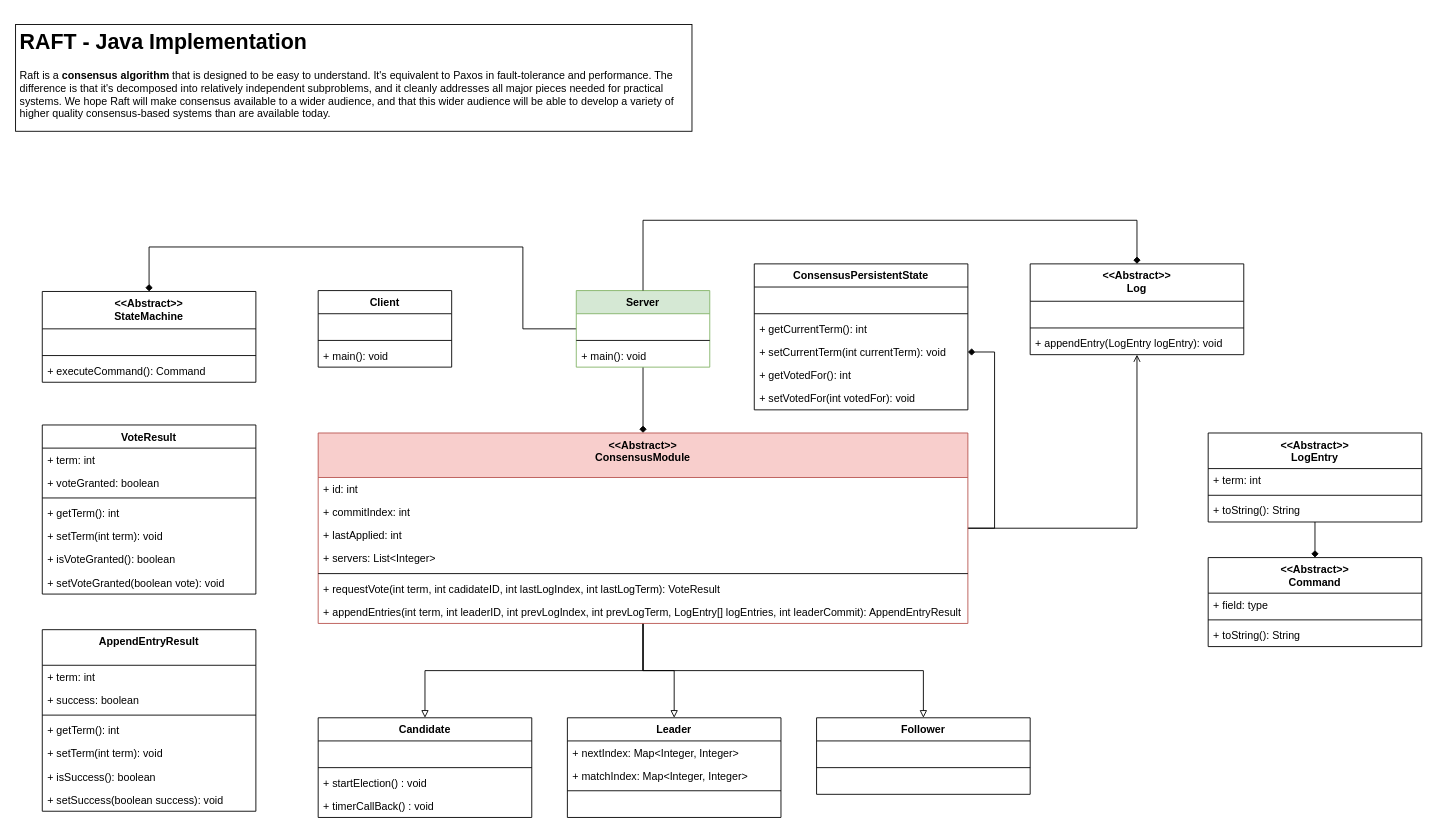
Earlier version of the draw.io diagram Notes/RAFT - Java.drawio (GiovanniBaccichet/RAFT). Source tidied: cells renumbered, new cells numbered last; positions are measured from the earlier drawing's top-left corner, leaving out a move shared by most shapes. Both pictures are drawn from the tidied source at 89%, with x=0, y=0 at pixel (15, 24).
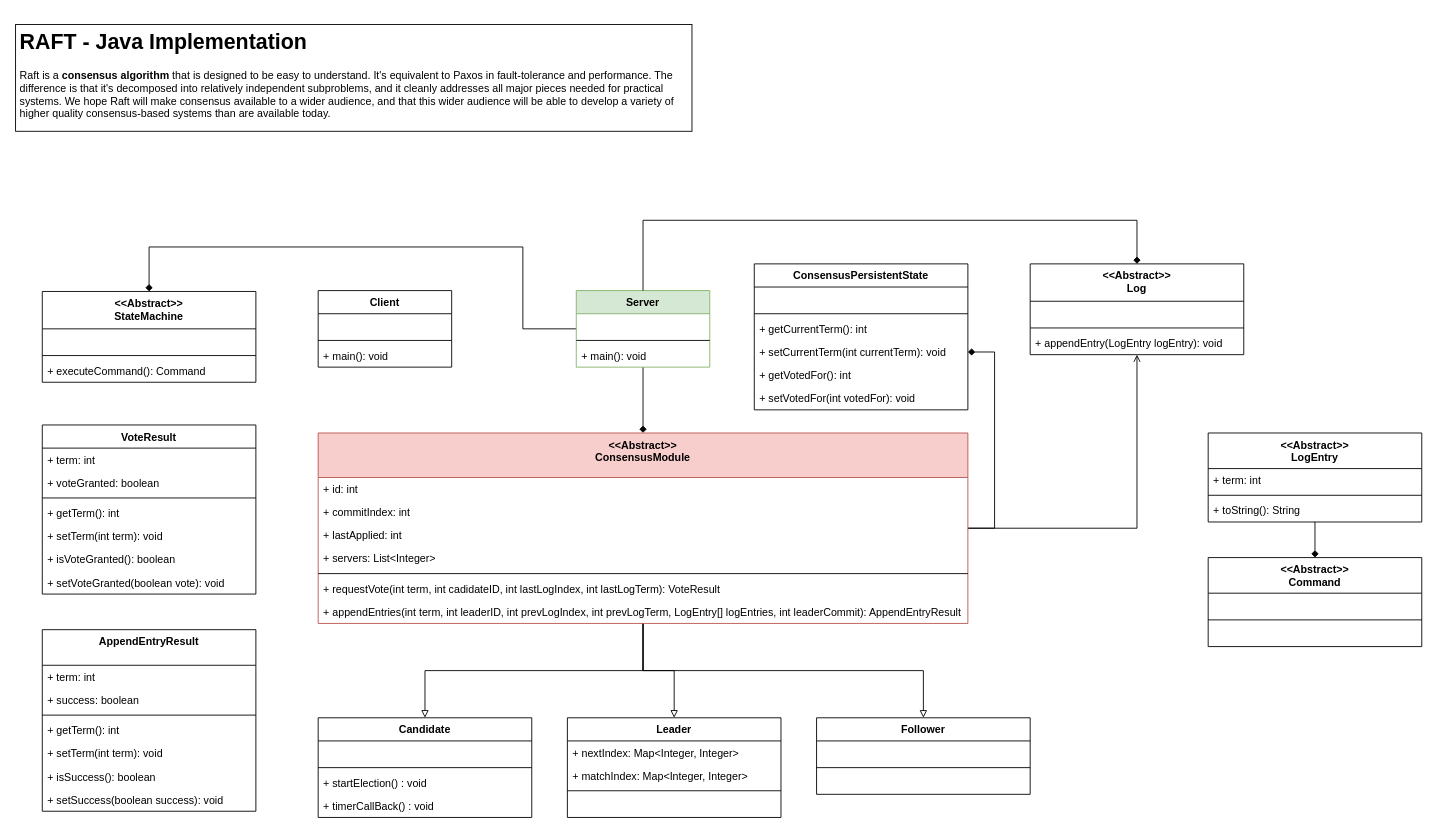
After the change.

Unchanged cells that the change refers to:
```xml
<mxCell id="73" value="&lt;&lt;Abstract&gt;&gt;&#10;Command" style="swimlane;fontStyle=1;align=center;verticalAlign=top;horizontal=1;startSize=40;labelBackgroundColor=none;fontFamily=Helvetica;fontSize=12;fontColor=#000000;strokeColor=default;" parent="1" vertex="1">
  <mxGeometry x="1340" y="599" width="240" height="100" as="geometry" />
</mxCell>
```

Diff of the diagram source:
```diff
@@
-    <mxCell id="74" value="+ field: type" style="text;strokeColor=none;fillColor=none;align=left;verticalAlign=top;spacingLeft=4;spacingRight=4;overflow=hidden;labelBackgroundColor=none;fontFamily=Helvetica;fontSize=12;fontColor=#000000;" parent="73" vertex="1">
+    <mxCell id="74" value=" " style="text;strokeColor=none;fillColor=none;align=left;verticalAlign=top;spacingLeft=4;spacingRight=4;overflow=hidden;labelBackgroundColor=none;fontFamily=Helvetica;fontSize=12;fontColor=#000000;" parent="73" vertex="1">
       <mxGeometry y="40" width="240" height="26" as="geometry" />
     </mxCell>
@@
-    <mxCell id="76" value="+ toString(): String" style="text;strokeColor=none;fillColor=none;align=left;verticalAlign=top;spacingLeft=4;spacingRight=4;overflow=hidden;labelBackgroundColor=none;fontFamily=Helvetica;fontSize=12;fontColor=#000000;" parent="73" vertex="1">
+    <mxCell id="76" value=" " style="text;strokeColor=none;fillColor=none;align=left;verticalAlign=top;spacingLeft=4;spacingRight=4;overflow=hidden;labelBackgroundColor=none;fontFamily=Helvetica;fontSize=12;fontColor=#000000;" parent="73" vertex="1">
       <mxGeometry y="74" width="240" height="26" as="geometry" />
     </mxCell>
```
